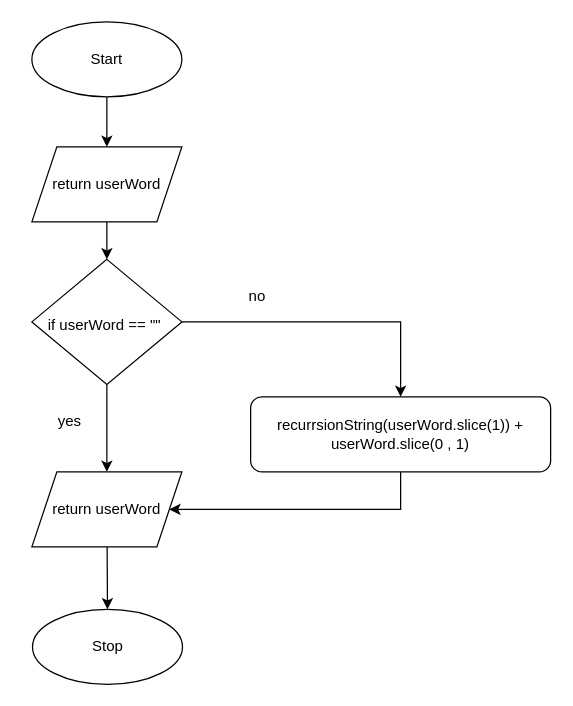
The draw.io diagram flowchart.drawio in Troy-Appleby/Unit3-01, before the edit. Source tidied: cells renumbered, new cells numbered last; positions are measured from the earlier drawing's top-left corner, leaving out a move shared by most shapes. Both pictures are drawn from the tidied source at 125%, with x=0, y=0 at pixel (31, 21).
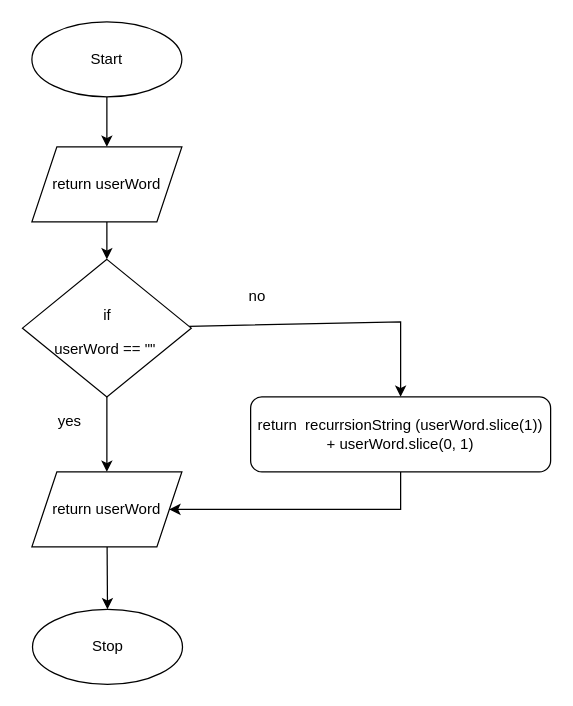
The same diagram, later.

Change to the diagram source:
```diff
@@
 <mxGraphModel>
   <root>
     <mxCell id="0" />
     <mxCell id="1" parent="0" />
     <mxCell id="2" style="edgeStyle=none;html=1;entryX=0.5;entryY=0;entryDx=0;entryDy=0;" parent="1" edge="1" source="3" target="15">
       <mxGeometry relative="1" as="geometry" />
     </mxCell>
     <mxCell id="3" value="Start" style="ellipse;whiteSpace=wrap;html=1;" parent="1" vertex="1">
       <mxGeometry width="120" height="60" as="geometry" />
     </mxCell>
     <mxCell id="4" value="Stop" style="ellipse;whiteSpace=wrap;html=1;" parent="1" vertex="1">
       <mxGeometry x="0.5" y="470" width="120" height="60" as="geometry" />
     </mxCell>
     <mxCell id="5" style="edgeStyle=none;html=1;entryX=0.5;entryY=0;entryDx=0;entryDy=0;fontSize=12;" parent="1" edge="1" source="7" target="11">
       <mxGeometry relative="1" as="geometry" />
     </mxCell>
     <mxCell id="6" style="edgeStyle=none;html=1;entryX=0.5;entryY=0;entryDx=0;entryDy=0;rounded=0;" parent="1" edge="1" source="7" target="13">
       <mxGeometry relative="1" as="geometry">
         <Array as="points">
           <mxPoint x="295" y="240" />
         </Array>
       </mxGeometry>
     </mxCell>
-    <mxCell id="7" value="&lt;font style=&quot;font-size: 12px&quot;&gt;if userWord == &quot;&quot;&amp;nbsp;&lt;/font&gt;" style="rhombus;whiteSpace=wrap;html=1;fontSize=22;" parent="1" vertex="1">
-      <mxGeometry y="190" width="120" height="100" as="geometry" />
+    <mxCell id="7" value="&lt;font style=&quot;font-size: 12px&quot;&gt;if &lt;br&gt;userWord == &quot;&quot;&amp;nbsp;&lt;/font&gt;" style="rhombus;whiteSpace=wrap;html=1;fontSize=22;" parent="1" vertex="1">
+      <mxGeometry x="-7.5" y="190" width="135" height="110" as="geometry" />
     </mxCell>
     <mxCell id="8" value="no" style="text;html=1;align=center;verticalAlign=middle;strokeColor=none;fillColor=none;fontSize=12;" parent="1" vertex="1">
       <mxGeometry x="165" y="210" width="30" height="20" as="geometry" />
     </mxCell>
     <mxCell id="9" value="yes" style="text;html=1;align=center;verticalAlign=middle;strokeColor=none;fillColor=none;fontSize=12;" parent="1" vertex="1">
       <mxGeometry x="15" y="310" width="30" height="20" as="geometry" />
     </mxCell>
     <mxCell id="10" style="edgeStyle=none;html=1;entryX=0.5;entryY=0;entryDx=0;entryDy=0;" parent="1" edge="1" source="11" target="4">
       <mxGeometry relative="1" as="geometry" />
     </mxCell>
     <mxCell id="11" value="return userWord" style="shape=parallelogram;perimeter=parallelogramPerimeter;whiteSpace=wrap;html=1;fixedSize=1;" parent="1" vertex="1">
       <mxGeometry y="360" width="120" height="60" as="geometry" />
     </mxCell>
     <mxCell id="12" style="edgeStyle=none;html=1;entryX=1;entryY=0.5;entryDx=0;entryDy=0;rounded=0;" parent="1" edge="1" source="13" target="11">
       <mxGeometry relative="1" as="geometry">
         <Array as="points">
           <mxPoint x="295" y="390" />
         </Array>
       </mxGeometry>
     </mxCell>
-    <mxCell id="13" value="recurrsionString(userWord.slice(1)) + userWord.slice(0 , 1)" style="rounded=1;whiteSpace=wrap;html=1;" parent="1" vertex="1">
+    <mxCell id="13" value="return&amp;nbsp; recurrsionString (userWord.slice(1)) + userWord.slice(0, 1)" style="rounded=1;whiteSpace=wrap;html=1;" parent="1" vertex="1">
       <mxGeometry x="175" y="300" width="240" height="60" as="geometry" />
     </mxCell>
     <mxCell id="14" style="edgeStyle=none;html=1;entryX=0.5;entryY=0;entryDx=0;entryDy=0;" parent="1" edge="1" source="15" target="7">
       <mxGeometry relative="1" as="geometry" />
     </mxCell>
     <mxCell id="15" value="return userWord" style="shape=parallelogram;perimeter=parallelogramPerimeter;whiteSpace=wrap;html=1;fixedSize=1;" parent="1" vertex="1">
       <mxGeometry y="100" width="120" height="60" as="geometry" />
     </mxCell>
   </root>
 </mxGraphModel>
```
